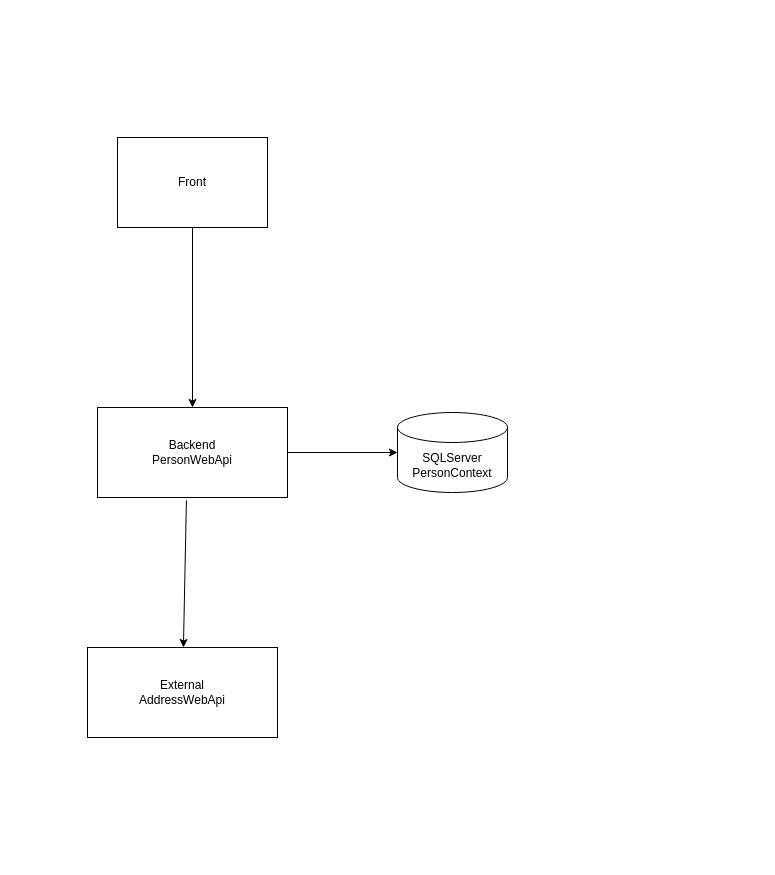
The draw.io diagram Telemetry.drawio in JanArildEileng/Diagrams, before the edit. Source tidied: cells renumbered, new cells numbered last; positions are measured from the earlier drawing's top-left corner, leaving out a move shared by most shapes. Both pictures are drawn from the tidied source at 100%, with x=0, y=0 at pixel (87, 137).
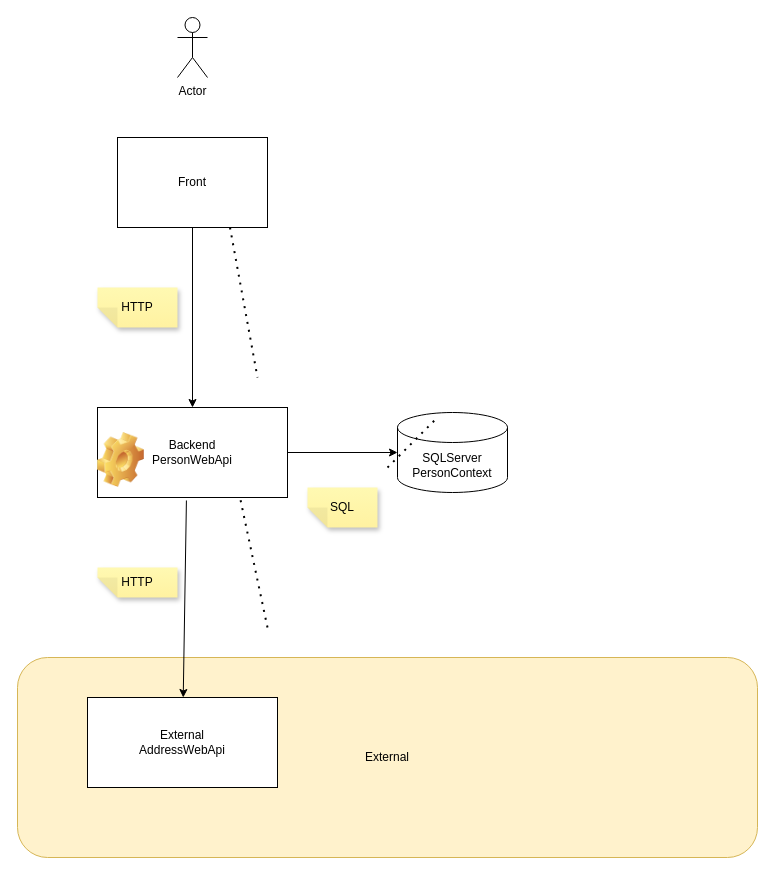
The same page after the edit.

The change refers to these unchanged cells:
```xml
<mxCell id="2" value="Front&lt;br&gt;" style="rounded=0;whiteSpace=wrap;html=1;" parent="1" vertex="1">
  <mxGeometry x="30" width="150" height="90" as="geometry" />
</mxCell>
<mxCell id="3" value="Backend&lt;br&gt;PersonWebApi" style="rounded=0;whiteSpace=wrap;html=1;" parent="1" vertex="1">
  <mxGeometry x="10" y="270" width="190" height="90" as="geometry" />
</mxCell>
```

What changed in the source:
```diff
@@
+    <mxCell id="9" value="External" style="rounded=1;whiteSpace=wrap;html=1;fillColor=#fff2cc;strokeColor=#d6b656;" parent="1" vertex="1">
+      <mxGeometry x="-70" y="520" width="740" height="200" as="geometry" />
+    </mxCell>
@@
     <mxCell id="4" value="External&lt;br&gt;AddressWebApi&lt;br&gt;" style="rounded=0;whiteSpace=wrap;html=1;" parent="1" vertex="1">
-      <mxGeometry y="510" width="190" height="90" as="geometry" />
+      <mxGeometry y="560" width="190" height="90" as="geometry" />
     </mxCell>
@@
+    <mxCell id="10" value="Actor" style="shape=umlActor;verticalLabelPosition=bottom;verticalAlign=top;html=1;" parent="1" vertex="1">
+      <mxGeometry x="90" y="-120" width="30" height="60" as="geometry" />
+    </mxCell>
+    <mxCell id="11" style="endArrow=none;dashed=1;html=1;dashPattern=1 3;strokeWidth=2;rounded=0;exitX=0.75;exitY=1;exitDx=0;exitDy=0;" parent="1" edge="1" source="2">
+      <mxGeometry relative="1" as="geometry">
+        <mxPoint x="170" y="240" as="targetPoint" />
+      </mxGeometry>
+    </mxCell>
+    <mxCell id="12" style="endArrow=none;dashed=1;html=1;dashPattern=1 3;strokeWidth=2;rounded=0;" parent="1" edge="1">
+      <mxGeometry relative="1" as="geometry">
+        <mxPoint x="300" y="330" as="sourcePoint" />
+        <mxPoint x="350" y="280" as="targetPoint" />
+      </mxGeometry>
+    </mxCell>
+    <mxCell id="13" style="endArrow=none;dashed=1;html=1;dashPattern=1 3;strokeWidth=2;rounded=0;entryX=0.75;entryY=1;entryDx=0;entryDy=0;" parent="1" edge="1" target="3">
+      <mxGeometry relative="1" as="geometry">
+        <mxPoint x="180" y="490" as="sourcePoint" />
+      </mxGeometry>
+    </mxCell>
+    <mxCell id="14" value="HTTP" style="shape=note;whiteSpace=wrap;html=1;backgroundOutline=1;fontColor=#000000;darkOpacity=0.05;fillColor=#FFF9B2;strokeColor=none;fillStyle=solid;direction=west;gradientDirection=north;gradientColor=#FFF2A1;shadow=1;size=20;" parent="1" vertex="1">
+      <mxGeometry x="10" y="150" width="80" height="40" as="geometry" />
+    </mxCell>
+    <mxCell id="15" value="HTTP" style="shape=note;whiteSpace=wrap;html=1;backgroundOutline=1;fontColor=#000000;darkOpacity=0.05;fillColor=#FFF9B2;strokeColor=none;fillStyle=solid;direction=west;gradientDirection=north;gradientColor=#FFF2A1;shadow=1;size=20;" parent="1" vertex="1">
+      <mxGeometry x="10" y="430" width="80" height="30" as="geometry" />
+    </mxCell>
+    <mxCell id="16" value="SQL" style="shape=note;whiteSpace=wrap;html=1;backgroundOutline=1;fontColor=#000000;darkOpacity=0.05;fillColor=#FFF9B2;strokeColor=none;fillStyle=solid;direction=west;gradientDirection=north;gradientColor=#FFF2A1;shadow=1;size=20;" parent="1" vertex="1">
+      <mxGeometry x="220" y="350" width="70" height="40" as="geometry" />
+    </mxCell>
+    <mxCell id="17" style="shape=image;html=1;verticalLabelPosition=bottom;verticalAlign=top;imageAspect=1;image=img/clipart/Gear_128x128.png;" parent="1" vertex="1">
+      <mxGeometry x="10" y="295" width="46.9" height="55" as="geometry" />
+    </mxCell>
```
